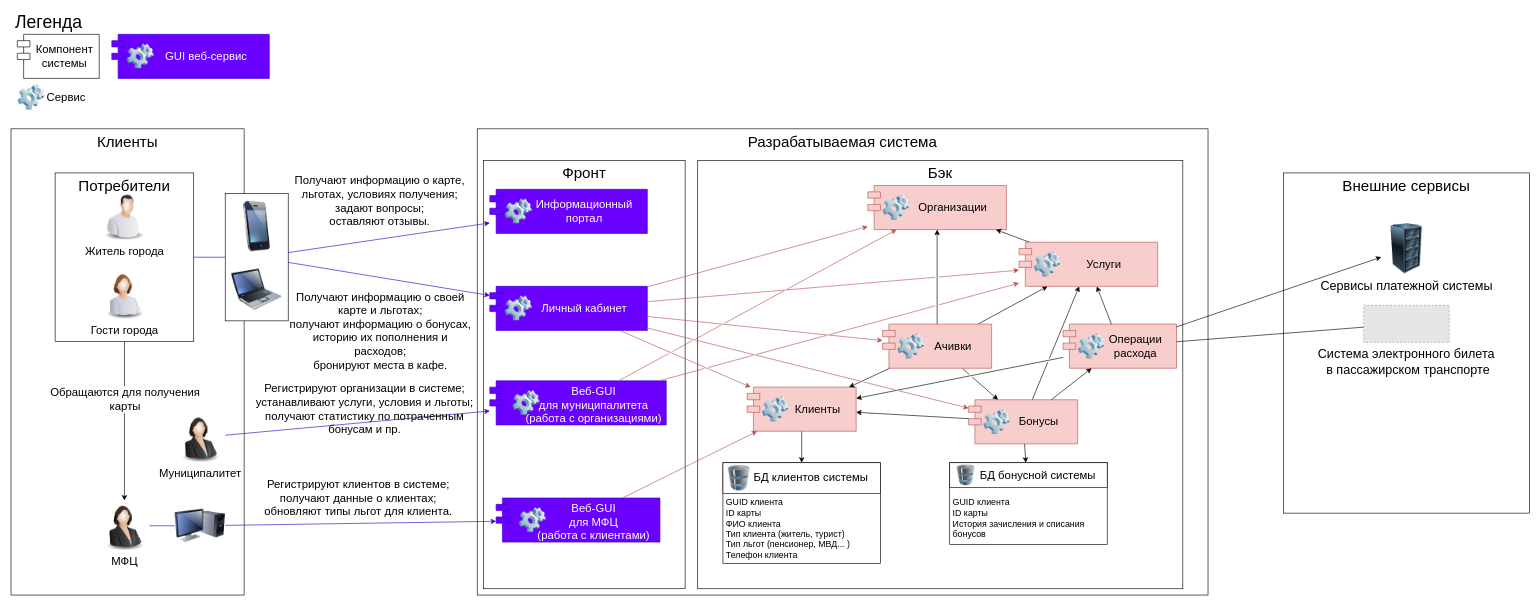
This is src/Архитектура системы.drawio from era-ants/diagrams, a draw.io file, before an edit. Source tidied: cells renumbered, new cells numbered last; positions are measured from the earlier drawing's top-left corner, leaving out a move shared by most shapes. Both pictures are drawn from the tidied source at 63%, with x=0, y=0 at pixel (11, 15). Pictures stored in the file or linked from it are replaced by grey dashed boxes.
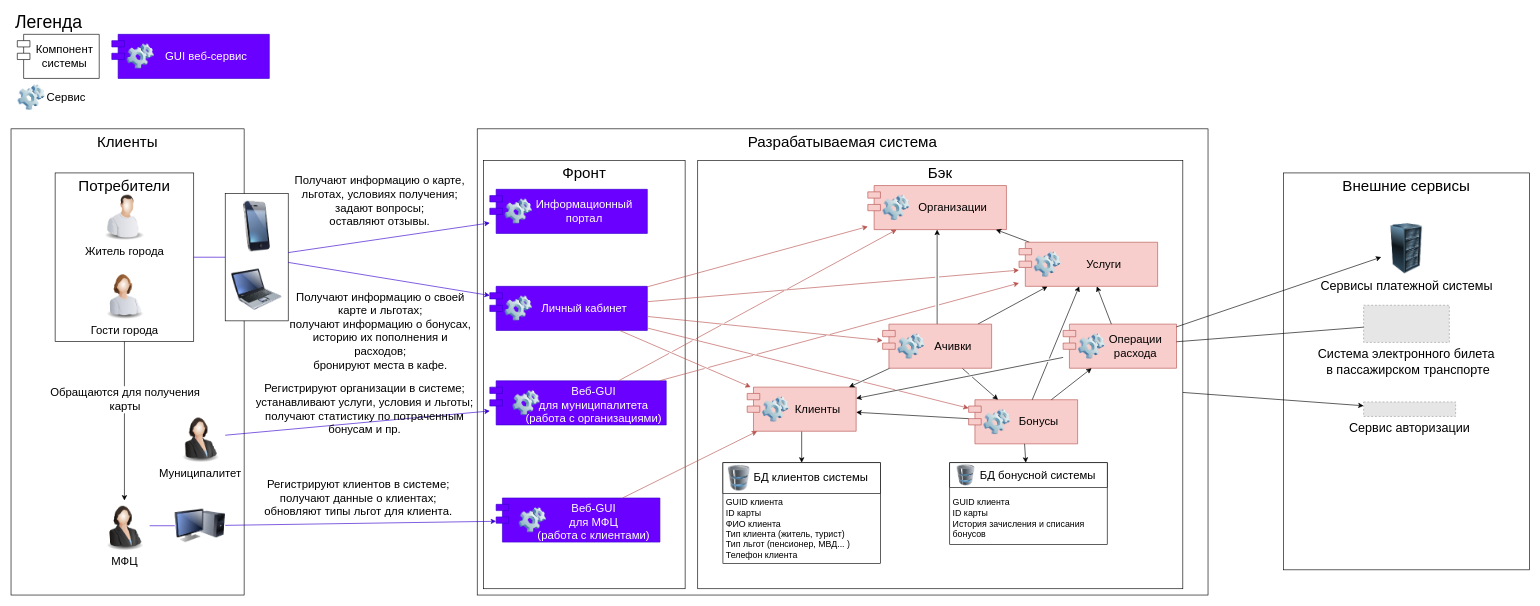
After the change.

Unchanged cells that the change refers to:
```xml
<mxCell id="3" value="Бэк" style="rounded=0;whiteSpace=wrap;html=1;labelBackgroundColor=none;sketch=0;fontSize=24;strokeColor=#000000;fillColor=#ffffff;align=center;verticalAlign=top;" parent="1" vertex="1">
  <mxGeometry x="1090" y="230" width="770" height="680" as="geometry" />
</mxCell>
```

Diff of the diagram source:
```diff
@@
     <mxCell id="5" value="Внешние сервисы" style="rounded=0;whiteSpace=wrap;html=1;fontSize=24;verticalAlign=top;" parent="1" vertex="1">
-      <mxGeometry x="2020" y="250" width="390" height="540" as="geometry" />
+      <mxGeometry x="2020" y="250" width="390" height="630" as="geometry" />
     </mxCell>
@@
+    <mxCell id="99" value="Сервис авторизации" style="fillColor=#E6E6E6;strokeColor=#999999;dashed=1;verticalLabelPosition=bottom;labelBackgroundColor=#ffffff;verticalAlign=top;fontSize=20;" parent="1" vertex="1">
+      <mxGeometry x="2147" y="613.5" width="146" height="23" as="geometry" />
+    </mxCell>
+    <mxCell id="100" style="edgeStyle=none;rounded=0;jettySize=auto;html=1;fontSize=20;" parent="1" edge="1" source="3" target="99">
+      <mxGeometry relative="1" as="geometry" />
+    </mxCell>
```
